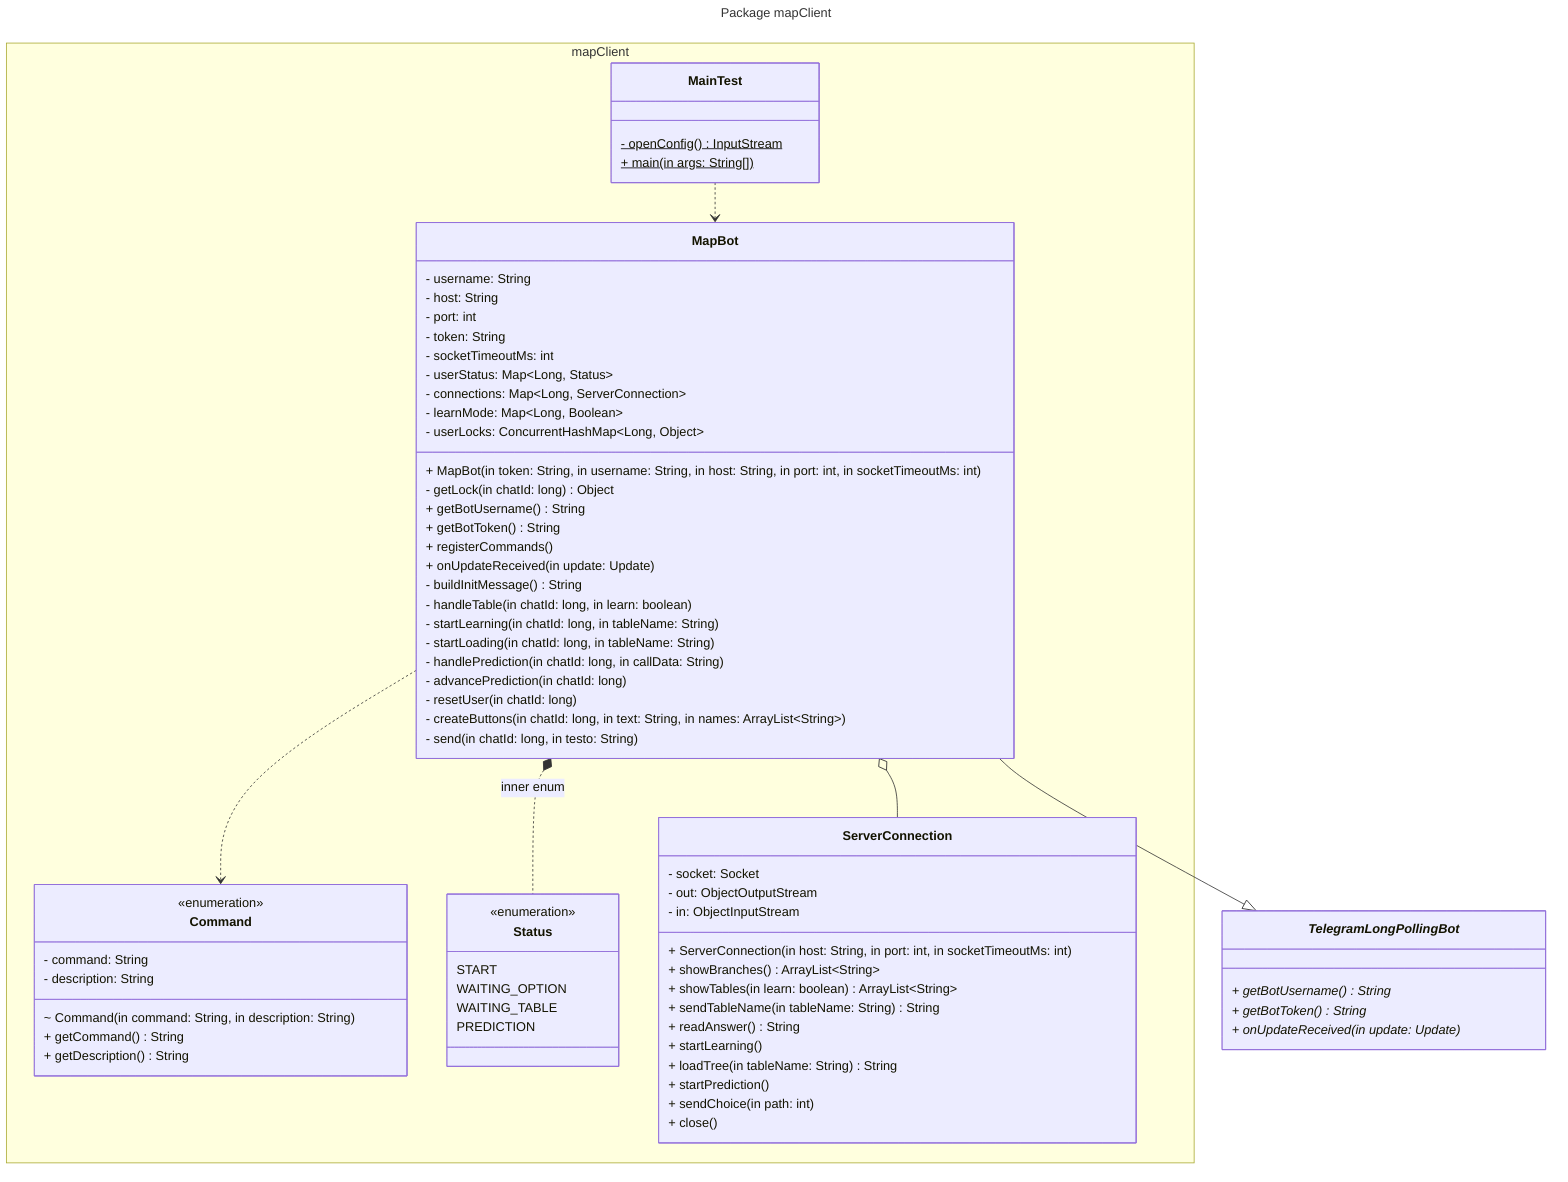
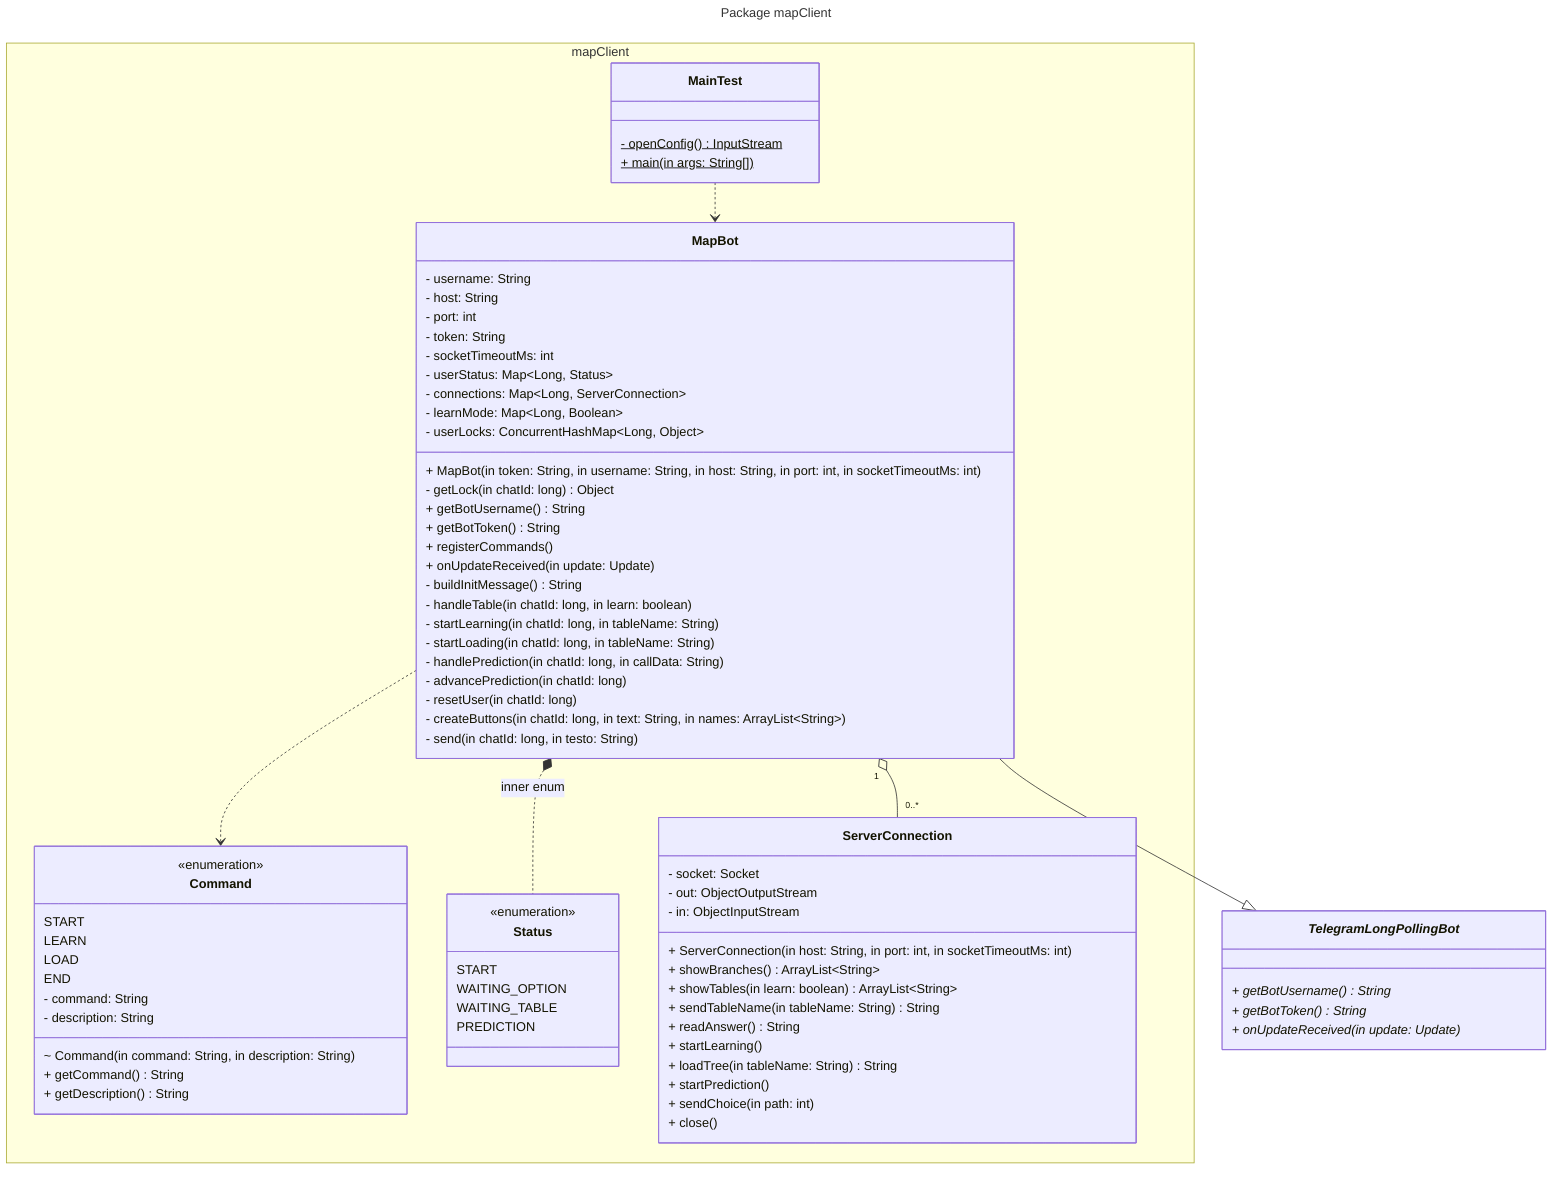
---
title: Package mapClient
---
classDiagram
namespace mapClient {
  class Command
  class MainTest
  class MapBot
  class Status
  class ServerConnection
}

class Command {
  <<enumeration>>
+   START
+   LEARN
+   LOAD
+   END
  - command: String
  - description: String
  ~ Command(in command: String, in description: String)
  + getCommand() String
  + getDescription() String
}

class MainTest {
  - openConfig()$ InputStream
  + main(in args: String[])$
}

class MapBot {
  - username: String
  - host: String
  - port: int
  - token: String
  - socketTimeoutMs: int
  - userStatus: Map~Long, Status~
  - connections: Map~Long, ServerConnection~
  - learnMode: Map~Long, Boolean~
  - userLocks: ConcurrentHashMap~Long, Object~
  + MapBot(in token: String, in username: String, in host: String, in port: int, in socketTimeoutMs: int)
  - getLock(in chatId: long) Object
  + getBotUsername() String
  + getBotToken() String
  + registerCommands()
  + onUpdateReceived(in update: Update)
  - buildInitMessage() String
  - handleTable(in chatId: long, in learn: boolean)
  - startLearning(in chatId: long, in tableName: String)
  - startLoading(in chatId: long, in tableName: String)
  - handlePrediction(in chatId: long, in callData: String)
  - advancePrediction(in chatId: long)
  - resetUser(in chatId: long)
  - createButtons(in chatId: long, in text: String, in names: ArrayList~String~)
  - send(in chatId: long, in testo: String)
}

class Status {
  <<enumeration>>
  START
  WAITING_OPTION
  WAITING_TABLE
  PREDICTION
}

class ServerConnection {
  - socket: Socket
  - out: ObjectOutputStream
  - in: ObjectInputStream
  + ServerConnection(in host: String, in port: int, in socketTimeoutMs: int)
  + showBranches() ArrayList~String~
  + showTables(in learn: boolean) ArrayList~String~
  + sendTableName(in tableName: String) String
  + readAnswer() String
  + startLearning()
  + loadTree(in tableName: String) String
  + startPrediction()
  + sendChoice(in path: int)
  + close()
}

class TelegramLongPollingBot["<i>TelegramLongPollingBot</i>"] {
  + getBotUsername()* String
  + getBotToken()* String
  + onUpdateReceived(in update: Update)*
}

MapBot --|> TelegramLongPollingBot
- MapBot o-- ServerConnection
+ MapBot "1" o-- "0..*" ServerConnection
MapBot ..> Command
MapBot *.. Status : inner enum
MainTest ..> MapBot
